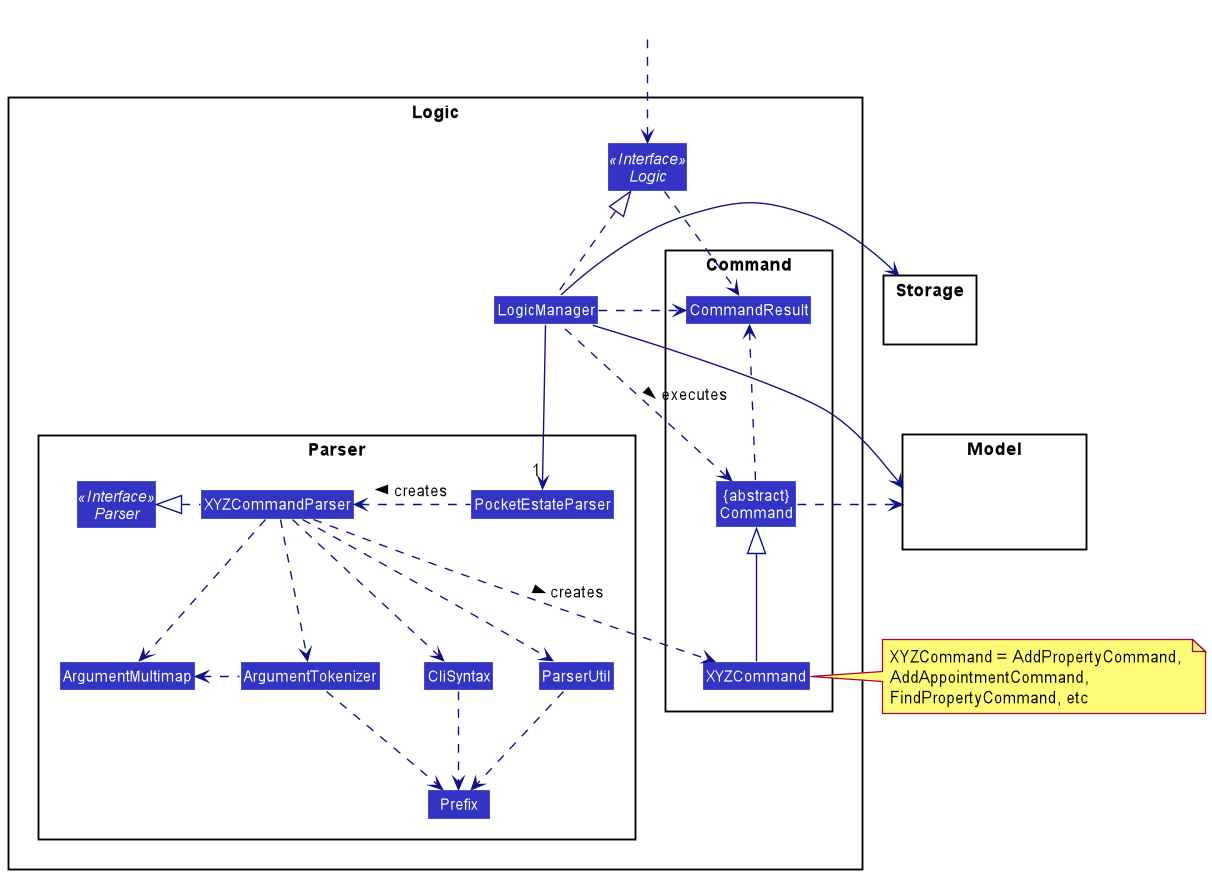
nus-cs2103-AY2021S2/tp keeps this PlantUML diagram as docs/images/LogicClassDiagram.png. Above is the earlier version.
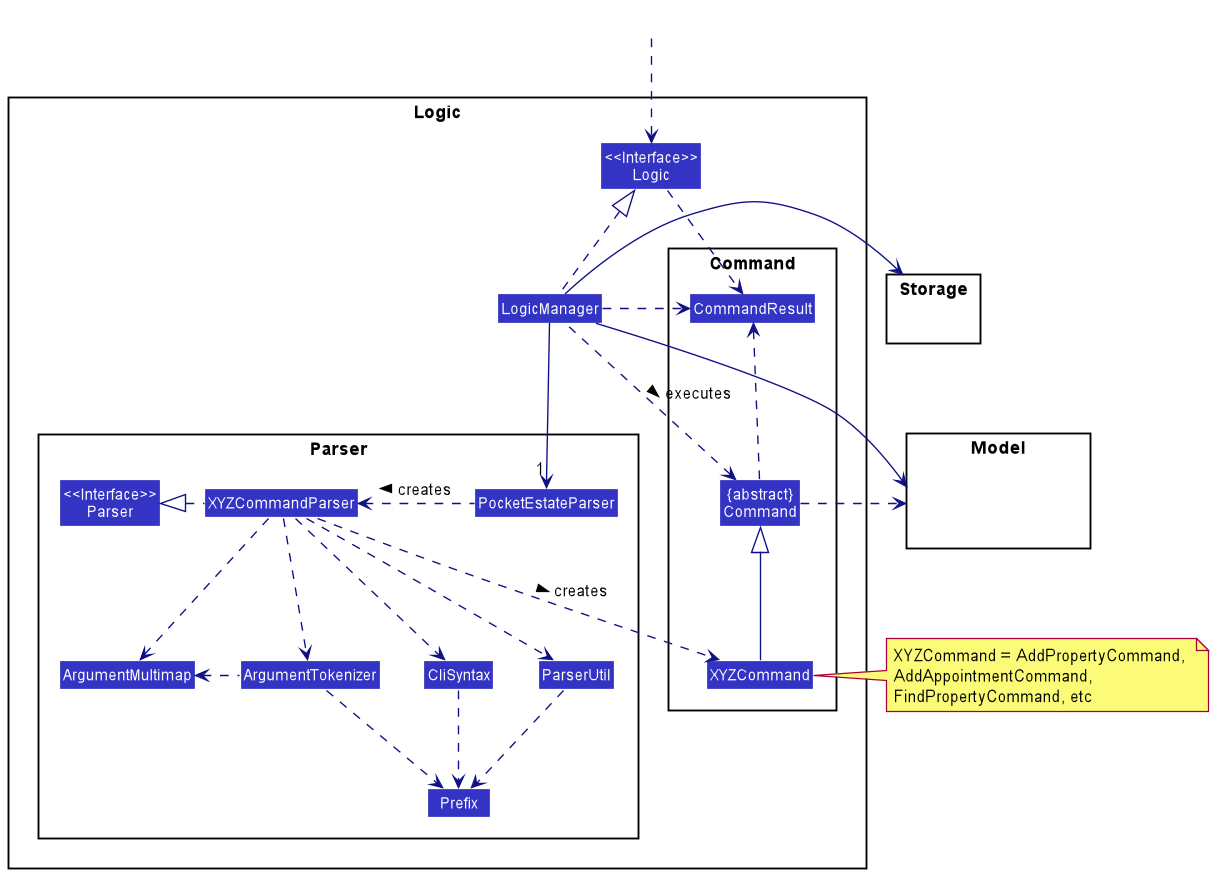
After the commit.

Commit message:
Remove italics font from interfaces in UML class diagrams

The edit, as a diff of the source:
```diff
@@ -7,7 +7,7 @@
 package Logic {
 
 package Parser {
-Interface Parser <<Interface>>
+Class "<<Interface>>\nParser" as Parser
 Class PocketEstateParser
 Class XYZCommandParser
 Class CliSyntax
@@ -23,7 +23,7 @@
 Class "{abstract}\nCommand" as Command
 }
 
-Interface Logic <<Interface>>
+Class "<<Interface>>\nLogic" as Logic
 Class LogicManager
 }
 
```
